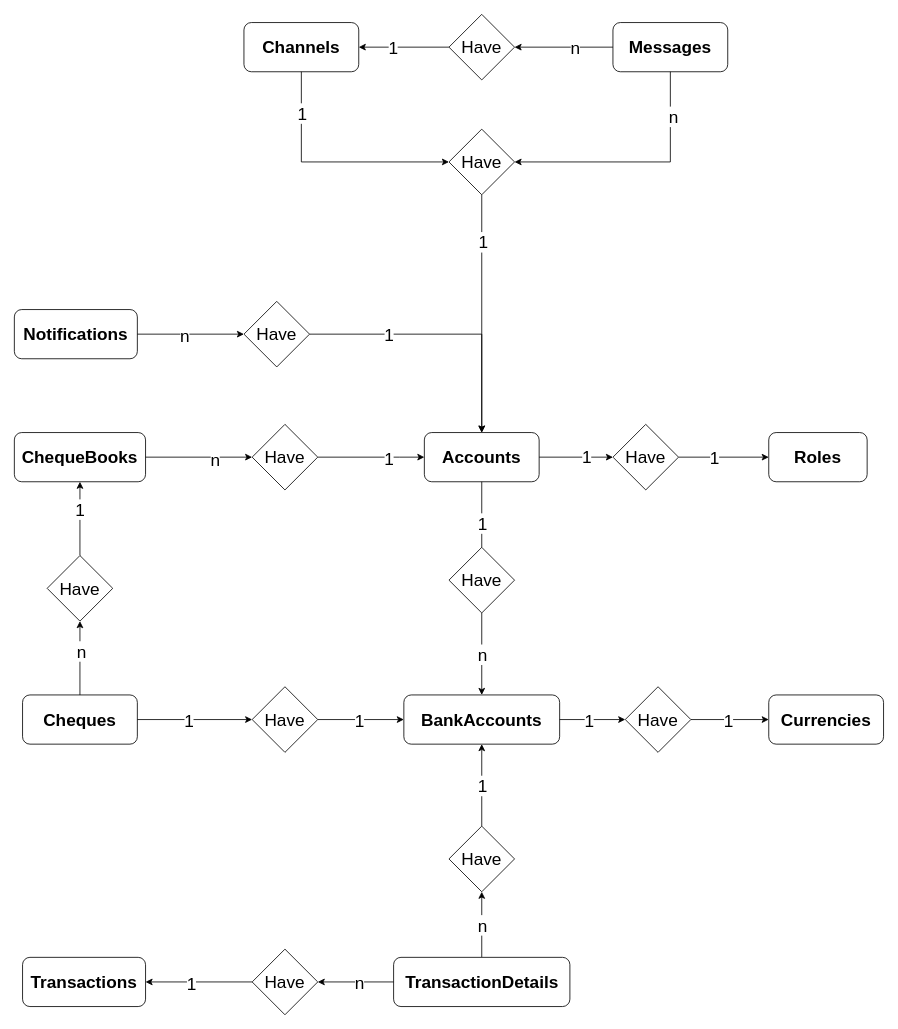
Above: Diagrams/OnlineBanking-ER.drawio in anhnmt/csharp-online-banking (draw.io), before the change. Source tidied: cells renumbered, new cells numbered last; positions are measured from the earlier drawing's top-left corner, leaving out a move shared by most shapes. Both pictures are drawn from the tidied source at 82%, with x=0, y=0 at pixel (14, 14).
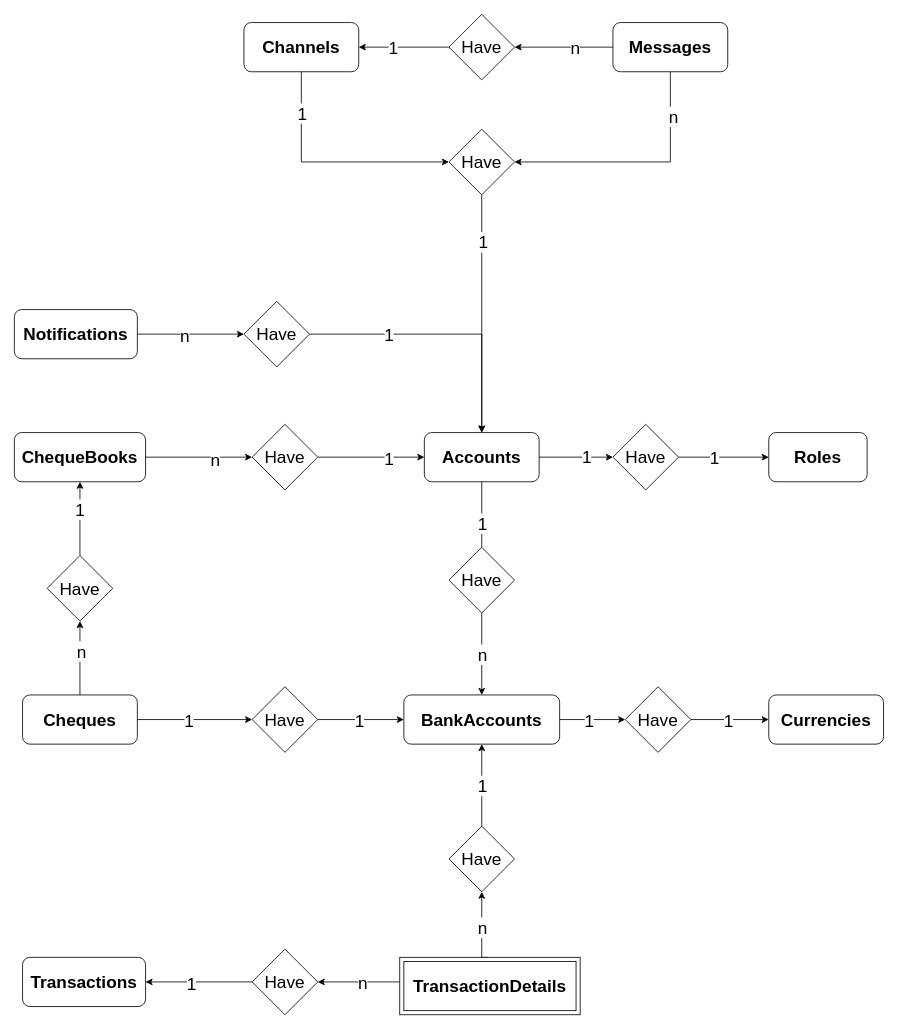
The same page after the edit.

The change refers to these unchanged cells:
```xml
<mxCell id="33" value="Have" style="rhombus;whiteSpace=wrap;html=1;fontSize=21;" parent="1" vertex="1">
  <mxGeometry x="530" y="990" width="80" height="80" as="geometry" />
</mxCell>
<mxCell id="65" value="Have" style="rhombus;whiteSpace=wrap;html=1;fontSize=21;" parent="1" vertex="1">
  <mxGeometry x="290" y="1140" width="80" height="80" as="geometry" />
</mxCell>
```

What changed in the source:
```diff
@@
-    <mxCell id="31" style="edgeStyle=orthogonalEdgeStyle;rounded=0;jettySize=auto;html=1;startArrow=classic;startFill=1;endArrow=none;endFill=0;" parent="1" edge="1" source="33" target="62">
-      <mxGeometry relative="1" as="geometry" />
+    <mxCell id="31" style="edgeStyle=orthogonalEdgeStyle;rounded=0;jettySize=auto;html=1;startArrow=classic;startFill=1;endArrow=none;endFill=0;" parent="1" edge="1" source="33">
+      <mxGeometry relative="1" as="geometry">
+        <mxPoint x="577.5" y="1150" as="targetPoint" />
+        <Array as="points">
+          <mxPoint x="570" y="1150" />
+        </Array>
+      </mxGeometry>
     </mxCell>
@@
-    <mxCell id="62" value="&lt;span style=&quot;font-weight: 700 ; font-size: 21px&quot;&gt;TransactionDetails&lt;/span&gt;" style="rounded=1;whiteSpace=wrap;html=1;fontSize=21;" parent="1" vertex="1">
-      <mxGeometry x="462.5" y="1150" width="215" height="60" as="geometry" />
-    </mxCell>
-    <mxCell id="63" style="edgeStyle=orthogonalEdgeStyle;rounded=0;jettySize=auto;html=1;startArrow=classic;startFill=1;endArrow=none;endFill=0;" parent="1" edge="1" source="65" target="62">
-      <mxGeometry relative="1" as="geometry" />
+    <mxCell id="63" style="edgeStyle=orthogonalEdgeStyle;rounded=0;jettySize=auto;html=1;startArrow=classic;startFill=1;endArrow=none;endFill=0;" parent="1" edge="1" source="65">
+      <mxGeometry relative="1" as="geometry">
+        <mxPoint x="470" y="1180" as="targetPoint" />
+      </mxGeometry>
     </mxCell>
@@
+    <mxCell id="62" value="&lt;span style=&quot;font-size: 21px ; font-weight: 700&quot;&gt;TransactionDetails&lt;/span&gt;" style="shape=ext;margin=3;double=1;whiteSpace=wrap;html=1;align=center;" parent="1" vertex="1">
+      <mxGeometry x="470" y="1150" width="220" height="70" as="geometry" />
+    </mxCell>
```
